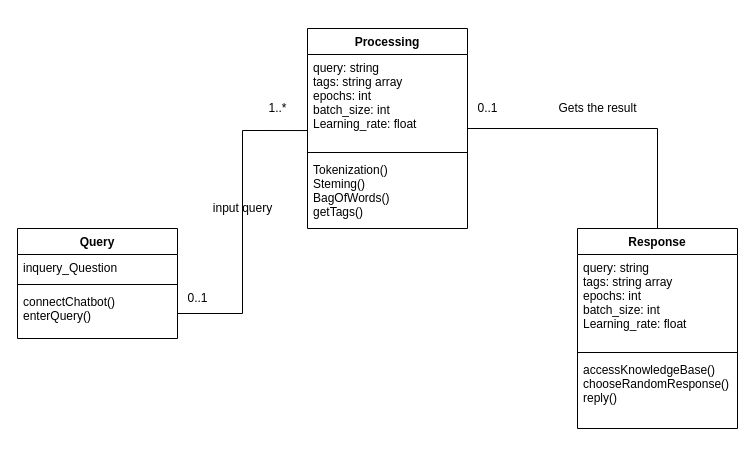
Before: class diagram.drawio in HaseebSheikh417/FYP-Chatbot, a draw.io diagram. Source tidied: cells renumbered, new cells numbered last; positions are measured from the earlier drawing's top-left corner, leaving out a move shared by most shapes. Both pictures are drawn from the tidied source at 100%, with x=0, y=0 at pixel (17, 28).
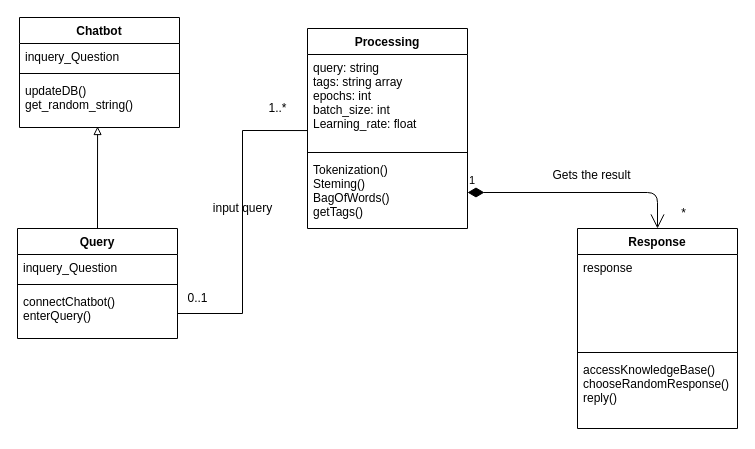
The same diagram, later.

Unchanged cells that the change refers to:
```xml
<mxCell id="2" value="Query" style="swimlane;fontStyle=1;align=center;verticalAlign=top;horizontal=1;startSize=26;" parent="1" vertex="1">
  <mxGeometry y="200" width="160" height="110" as="geometry" />
</mxCell>
<mxCell id="7" value="query: string&#10;tags: string array&#10;epochs: int&#10;batch_size: int&#10;Learning_rate: float" style="text;strokeColor=none;fillColor=none;align=left;verticalAlign=top;spacingLeft=4;spacingRight=4;overflow=hidden;points=[[0,0.5],[1,0.5]];portConstraint=eastwest;" parent="6" vertex="1">
  <mxGeometry y="26" width="160" height="94" as="geometry" />
</mxCell>
<mxCell id="9" value="Tokenization()&#10;Steming()&#10;BagOfWords()&#10;getTags()" style="text;strokeColor=none;fillColor=none;align=left;verticalAlign=top;spacingLeft=4;spacingRight=4;overflow=hidden;points=[[0,0.5],[1,0.5]];portConstraint=eastwest;" parent="6" vertex="1">
  <mxGeometry y="128" width="160" height="72" as="geometry" />
</mxCell>
<mxCell id="10" value="Response" style="swimlane;fontStyle=1;align=center;verticalAlign=top;horizontal=1;startSize=26;" parent="1" vertex="1">
  <mxGeometry x="560" y="200" width="160" height="200" as="geometry" />
</mxCell>
```

Diff of the diagram source:
```diff
@@
+    <mxCell id="21" style="edgeStyle=orthogonalEdgeStyle;rounded=0;jettySize=auto;html=1;entryX=0.488;entryY=0.98;entryDx=0;entryDy=0;entryPerimeter=0;endArrow=block;endFill=0;" parent="1" edge="1" source="2" target="25">
+      <mxGeometry relative="1" as="geometry" />
+    </mxCell>
@@
-    <mxCell id="11" value="query: string&#10;tags: string array&#10;epochs: int&#10;batch_size: int&#10;Learning_rate: float" style="text;strokeColor=none;fillColor=none;align=left;verticalAlign=top;spacingLeft=4;spacingRight=4;overflow=hidden;" parent="10" vertex="1">
+    <mxCell id="11" value="response" style="text;strokeColor=none;fillColor=none;align=left;verticalAlign=top;spacingLeft=4;spacingRight=4;overflow=hidden;" parent="10" vertex="1">
       <mxGeometry y="26" width="160" height="94" as="geometry" />
     </mxCell>
@@
-    <mxCell id="18" style="edgeStyle=orthogonalEdgeStyle;rounded=0;jettySize=auto;html=1;entryX=0.5;entryY=0;entryDx=0;entryDy=0;endArrow=none;endFill=0;" parent="1" edge="1" source="7" target="10">
-      <mxGeometry relative="1" as="geometry">
-        <Array as="points">
-          <mxPoint x="640" y="100" />
-        </Array>
-      </mxGeometry>
-    </mxCell>
     <mxCell id="19" value="Gets the result" style="text;html=1;align=center;verticalAlign=middle;" parent="1" vertex="1">
-      <mxGeometry x="535" y="70" width="90" height="20" as="geometry" />
+      <mxGeometry x="529" y="137" width="90" height="20" as="geometry" />
     </mxCell>
-    <mxCell id="20" value="0..1" style="text;html=1;align=center;verticalAlign=middle;" parent="1" vertex="1">
-      <mxGeometry x="450" y="70" width="40" height="20" as="geometry" />
-    </mxCell>
+    <mxCell id="22" value="Chatbot" style="swimlane;fontStyle=1;align=center;verticalAlign=top;horizontal=1;startSize=26;" parent="1" vertex="1">
+      <mxGeometry x="2" y="-11" width="160" height="110" as="geometry" />
+    </mxCell>
+    <mxCell id="23" value="inquery_Question&#10;&#10;" style="text;strokeColor=none;fillColor=none;align=left;verticalAlign=top;spacingLeft=4;spacingRight=4;overflow=hidden;strokeWidth=20;" parent="22" vertex="1">
+      <mxGeometry y="26" width="160" height="26" as="geometry" />
+    </mxCell>
+    <mxCell id="24" style="line;strokeWidth=1;fillColor=none;align=left;verticalAlign=middle;spacingTop=-1;spacingLeft=3;spacingRight=3;labelPosition=right;" parent="22" vertex="1">
+      <mxGeometry y="52" width="160" height="8" as="geometry" />
+    </mxCell>
+    <mxCell id="25" value="updateDB()&#10;get_random_string()" style="text;strokeColor=none;fillColor=none;align=left;verticalAlign=top;spacingLeft=4;spacingRight=4;overflow=hidden;points=[[0,0.5],[1,0.5]];portConstraint=eastwest;" parent="22" vertex="1">
+      <mxGeometry y="60" width="160" height="50" as="geometry" />
+    </mxCell>
+    <mxCell id="26" value="*" style="text;html=1;align=center;verticalAlign=middle;" parent="1" vertex="1">
+      <mxGeometry x="658" y="176" width="15" height="18" as="geometry" />
+    </mxCell>
+    <mxCell id="27" value="1" style="endArrow=open;html=1;endSize=12;startArrow=diamondThin;startSize=14;startFill=1;edgeStyle=orthogonalEdgeStyle;align=left;verticalAlign=bottom;entryX=0.5;entryY=0;entryDx=0;entryDy=0;" parent="1" edge="1" source="9" target="10">
+      <mxGeometry x="-1" y="3" relative="1" as="geometry" />
+    </mxCell>
```
